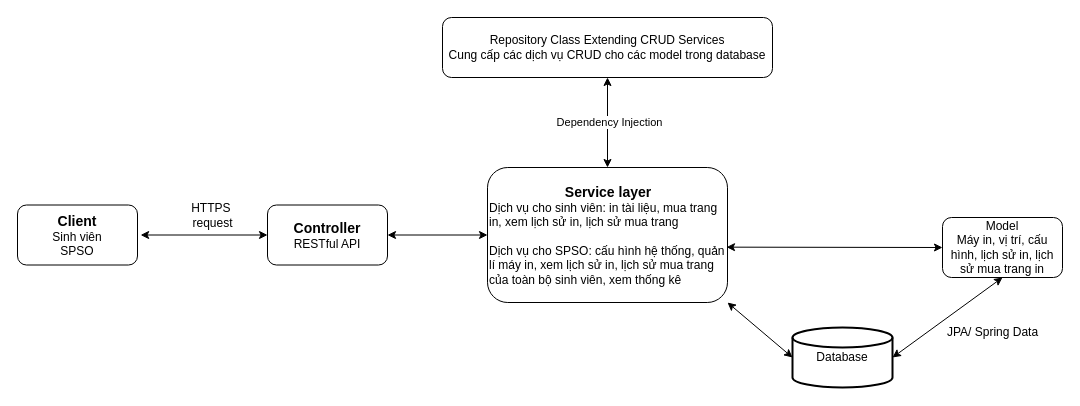
Earlier version of the draw.io diagram page "architecture" (5 of 8) of diagram.drawio (pnv2003/hcmut-ssps). Source tidied: cells renumbered, new cells numbered last; positions are measured from the earlier drawing's top-left corner, leaving out a move shared by most shapes. Both pictures are drawn from the tidied source at 100%, with x=0, y=0 at pixel (17, 17).
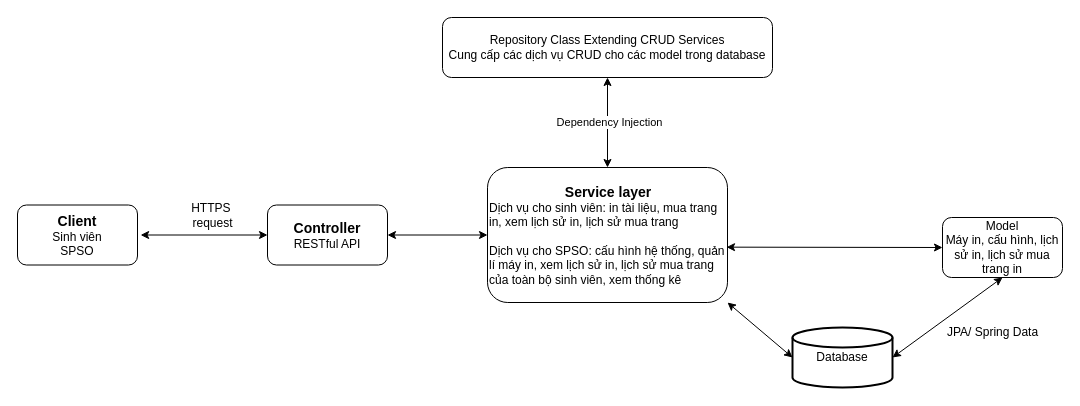
Above is the later version.

The edit, as a diff of the source:
```diff
@@
 <mxGraphModel>
   <root>
     <mxCell id="0" />
     <mxCell id="1" parent="0" />
     <mxCell id="2" value="&lt;font style=&quot;font-size: 14px;&quot;&gt;&lt;b&gt;Client&lt;/b&gt;&lt;/font&gt;&lt;br&gt;Sinh viên&lt;br&gt;SPSO" style="rounded=1;whiteSpace=wrap;html=1;" parent="1" vertex="1">
       <mxGeometry y="187.5" width="120" height="60" as="geometry" />
     </mxCell>
     <mxCell id="3" value="&lt;font style=&quot;font-size: 14px;&quot;&gt;&lt;b&gt;Controller&lt;/b&gt;&lt;/font&gt;&lt;br&gt;RESTful API" style="rounded=1;whiteSpace=wrap;html=1;" parent="1" vertex="1">
       <mxGeometry x="250" y="187.5" width="120" height="60" as="geometry" />
     </mxCell>
     <mxCell id="4" style="endArrow=classic;startArrow=classic;html=1;rounded=0;entryX=0;entryY=0.5;entryDx=0;entryDy=0;exitX=1.026;exitY=0.5;exitDx=0;exitDy=0;exitPerimeter=0;" parent="1" edge="1" source="2" target="3">
       <mxGeometry relative="1" as="geometry" />
     </mxCell>
     <mxCell id="5" value="HTTPS&amp;nbsp;&lt;br&gt;request" style="text;html=1;align=center;verticalAlign=middle;strokeColor=none;fillColor=none;" parent="1" vertex="1">
       <mxGeometry x="160" y="177.5" width="70" height="40" as="geometry" />
     </mxCell>
     <mxCell id="6" value="&lt;div style=&quot;text-align: center;&quot;&gt;&lt;b style=&quot;background-color: initial;&quot;&gt;&lt;font style=&quot;font-size: 14px;&quot;&gt;Service layer&lt;/font&gt;&lt;/b&gt;&lt;/div&gt;Dịch vụ cho sinh viên: in tài liệu, mua trang in, xem lịch sử in, lịch sử mua trang&lt;br&gt;&lt;br&gt;Dịch vụ cho SPSO: cấu hình hệ thống, quản lí máy in, xem lịch sử in, lịch sử mua trang của toàn bộ sinh viên, xem thống kê" style="rounded=1;whiteSpace=wrap;html=1;align=left;" parent="1" vertex="1">
       <mxGeometry x="470" y="150" width="240" height="135" as="geometry" />
     </mxCell>
     <mxCell id="7" style="endArrow=classic;startArrow=classic;html=1;rounded=0;entryX=0;entryY=0.5;entryDx=0;entryDy=0;exitX=1;exitY=0.5;exitDx=0;exitDy=0;" parent="1" edge="1" source="3" target="6">
       <mxGeometry relative="1" as="geometry" />
     </mxCell>
-    <mxCell id="8" value="Model&lt;br&gt;Máy in, vị trí, cấu hình, lịch sử in, lịch sử mua trang in" style="rounded=1;whiteSpace=wrap;html=1;" parent="1" vertex="1">
+    <mxCell id="8" value="Model&lt;br&gt;Máy in, cấu hình, lịch sử in, lịch sử mua trang in" style="rounded=1;whiteSpace=wrap;html=1;" parent="1" vertex="1">
       <mxGeometry x="925" y="200" width="120" height="60" as="geometry" />
     </mxCell>
     <mxCell id="9" style="endArrow=classic;startArrow=classic;html=1;rounded=0;exitX=0.996;exitY=0.59;exitDx=0;exitDy=0;entryX=0;entryY=0.5;entryDx=0;entryDy=0;exitPerimeter=0;" parent="1" edge="1" source="6" target="8">
       <mxGeometry relative="1" as="geometry" />
     </mxCell>
     <mxCell id="10" value="Repository Class Extending CRUD Services&lt;br&gt;Cung cấp các dịch vụ CRUD cho các model trong database" style="rounded=1;whiteSpace=wrap;html=1;" parent="1" vertex="1">
       <mxGeometry x="425" width="330" height="60" as="geometry" />
     </mxCell>
     <mxCell id="11" style="endArrow=classic;startArrow=classic;html=1;rounded=0;entryX=0.5;entryY=0;entryDx=0;entryDy=0;exitX=0.5;exitY=1;exitDx=0;exitDy=0;" parent="1" edge="1" source="10" target="6">
       <mxGeometry relative="1" as="geometry" />
     </mxCell>
     <mxCell id="12" value="Dependency Injection" style="edgeLabel;html=1;align=center;verticalAlign=middle;" parent="11" vertex="1">
       <mxGeometry x="-0.02" y="1" relative="1" as="geometry" />
     </mxCell>
     <mxCell id="13" value="Database" style="strokeWidth=2;html=1;shape=mxgraph.flowchart.database;whiteSpace=wrap;" parent="1" vertex="1">
       <mxGeometry x="775" y="310" width="100" height="60" as="geometry" />
     </mxCell>
     <mxCell id="14" style="endArrow=classic;startArrow=classic;html=1;rounded=0;entryX=0.5;entryY=1;entryDx=0;entryDy=0;exitX=1;exitY=0.5;exitDx=0;exitDy=0;exitPerimeter=0;" parent="1" edge="1" source="13" target="8">
       <mxGeometry relative="1" as="geometry" />
     </mxCell>
     <mxCell id="15" value="JPA/ Spring Data" style="text;html=1;align=center;verticalAlign=middle;strokeColor=none;fillColor=none;" parent="1" vertex="1">
       <mxGeometry x="920" y="300" width="110" height="30" as="geometry" />
     </mxCell>
     <mxCell id="16" style="endArrow=classic;startArrow=classic;html=1;rounded=0;entryX=0;entryY=0.5;entryDx=0;entryDy=0;exitX=1;exitY=1;exitDx=0;exitDy=0;entryPerimeter=0;" parent="1" edge="1" source="6" target="13">
       <mxGeometry relative="1" as="geometry" />
     </mxCell>
   </root>
 </mxGraphModel>
```
